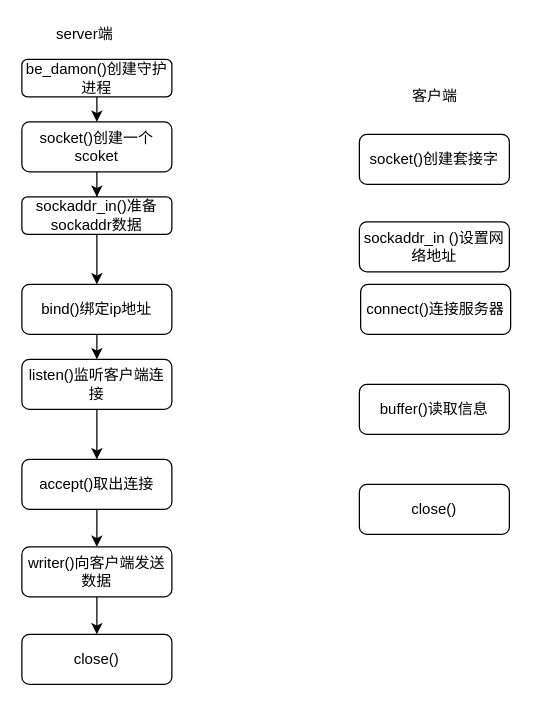
Above: tcp流程图.drawio in qi2538413679/qi2538413679 (draw.io), before the change. Source tidied: cells renumbered, new cells numbered last; positions are measured from the earlier drawing's top-left corner, leaving out a move shared by most shapes. Both pictures are drawn from the tidied source at 125%, with x=0, y=0 at pixel (21, 21).
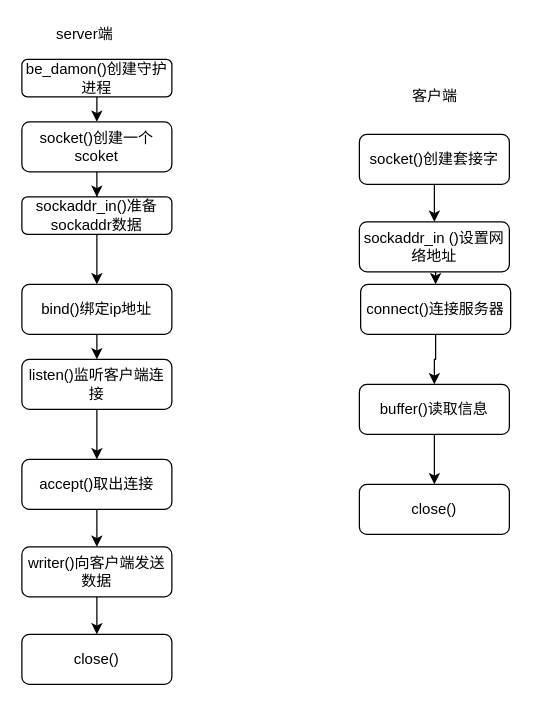
The same diagram, later.

Commit message (it also covers changes not shown here):
更新tcp流程图.drawio

The change refers to these unchanged cells:
```xml
<mxCell id="12" value="socket()创建套接字" style="rounded=1;whiteSpace=wrap;html=1;fontSize=12;glass=0;strokeWidth=1;shadow=0;" parent="1" vertex="1">
  <mxGeometry x="270" y="90" width="120" height="40" as="geometry" />
</mxCell>
<mxCell id="13" value="sockaddr_in ()设置网络地址" style="rounded=1;whiteSpace=wrap;html=1;fontSize=12;glass=0;strokeWidth=1;shadow=0;" parent="1" vertex="1">
  <mxGeometry x="270" y="160" width="120" height="40" as="geometry" />
</mxCell>
<mxCell id="14" value="connect()连接服务器" style="rounded=1;whiteSpace=wrap;html=1;fontSize=12;glass=0;strokeWidth=1;shadow=0;" parent="1" vertex="1">
  <mxGeometry x="271" y="210" width="120" height="40" as="geometry" />
</mxCell>
<mxCell id="15" value="buffer()读取信息" style="rounded=1;whiteSpace=wrap;html=1;fontSize=12;glass=0;strokeWidth=1;shadow=0;" parent="1" vertex="1">
  <mxGeometry x="270" y="290" width="120" height="40" as="geometry" />
</mxCell>
<mxCell id="16" value="close()" style="rounded=1;whiteSpace=wrap;html=1;fontSize=12;glass=0;strokeWidth=1;shadow=0;" parent="1" vertex="1">
  <mxGeometry x="270" y="370" width="120" height="40" as="geometry" />
</mxCell>
```

Change to the diagram source:
```diff
@@
+    <mxCell id="24" style="edgeStyle=orthogonalEdgeStyle;rounded=0;jettySize=auto;html=1;entryX=0.5;entryY=0;entryDx=0;entryDy=0;" parent="1" edge="1" source="12" target="13">
+      <mxGeometry relative="1" as="geometry" />
+    </mxCell>
@@
+    <mxCell id="25" style="edgeStyle=orthogonalEdgeStyle;rounded=0;jettySize=auto;html=1;exitX=0.5;exitY=1;exitDx=0;exitDy=0;entryX=0.5;entryY=0;entryDx=0;entryDy=0;" parent="1" edge="1" source="13" target="14">
+      <mxGeometry relative="1" as="geometry" />
+    </mxCell>
@@
+    <mxCell id="26" style="edgeStyle=orthogonalEdgeStyle;rounded=0;jettySize=auto;html=1;exitX=0.5;exitY=1;exitDx=0;exitDy=0;entryX=0.5;entryY=0;entryDx=0;entryDy=0;" parent="1" edge="1" source="14" target="15">
+      <mxGeometry relative="1" as="geometry" />
+    </mxCell>
@@
+    <mxCell id="27" style="edgeStyle=orthogonalEdgeStyle;rounded=0;jettySize=auto;html=1;exitX=0.5;exitY=1;exitDx=0;exitDy=0;entryX=0.5;entryY=0;entryDx=0;entryDy=0;" parent="1" edge="1" source="15" target="16">
+      <mxGeometry relative="1" as="geometry" />
+    </mxCell>
```
